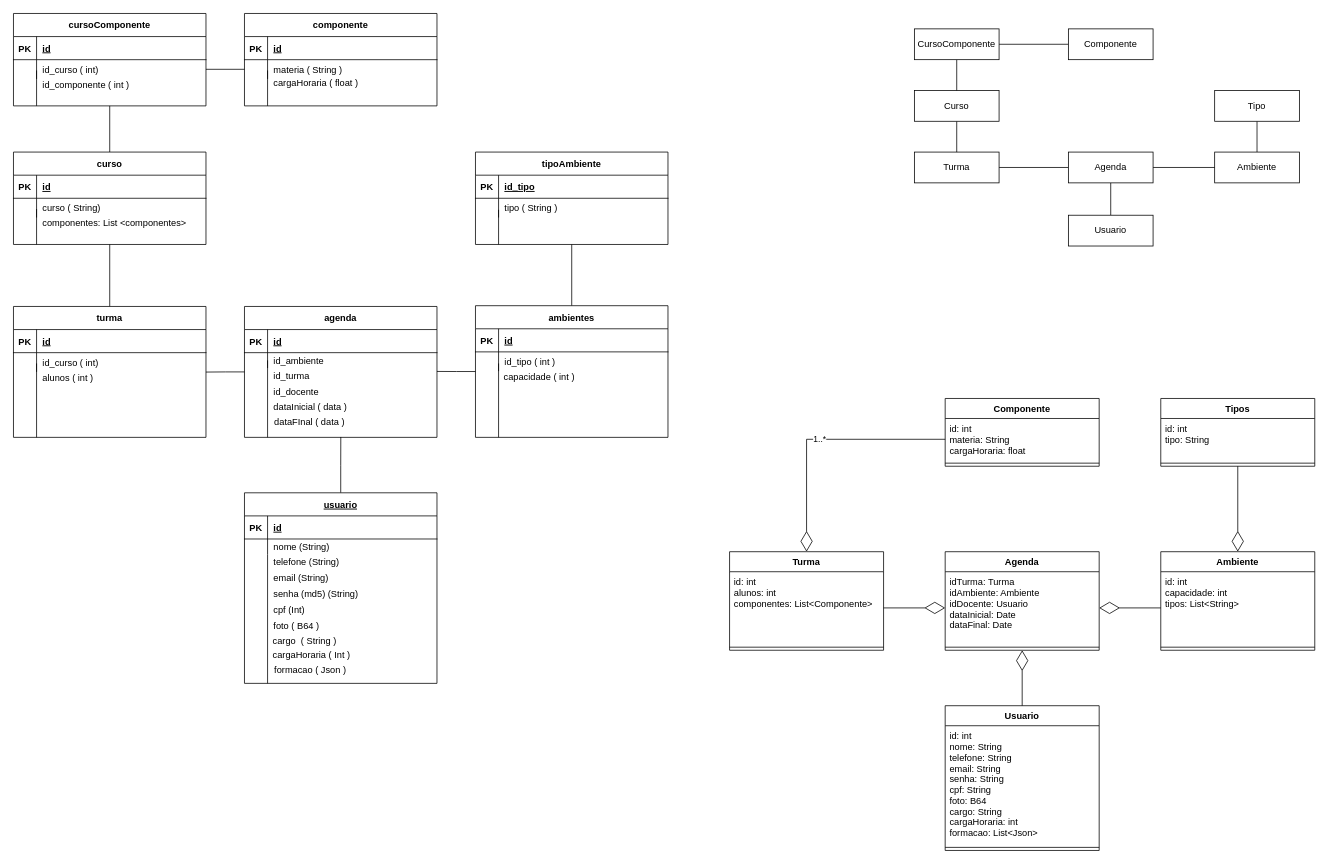
Before: Requisitos/DER.drawio in daniloafalcirolli/Master, a draw.io diagram. Source tidied: cells renumbered, new cells numbered last; positions are measured from the earlier drawing's top-left corner, leaving out a move shared by most shapes. Both pictures are drawn from the tidied source at 77%, with x=0, y=0 at pixel (13, 13).
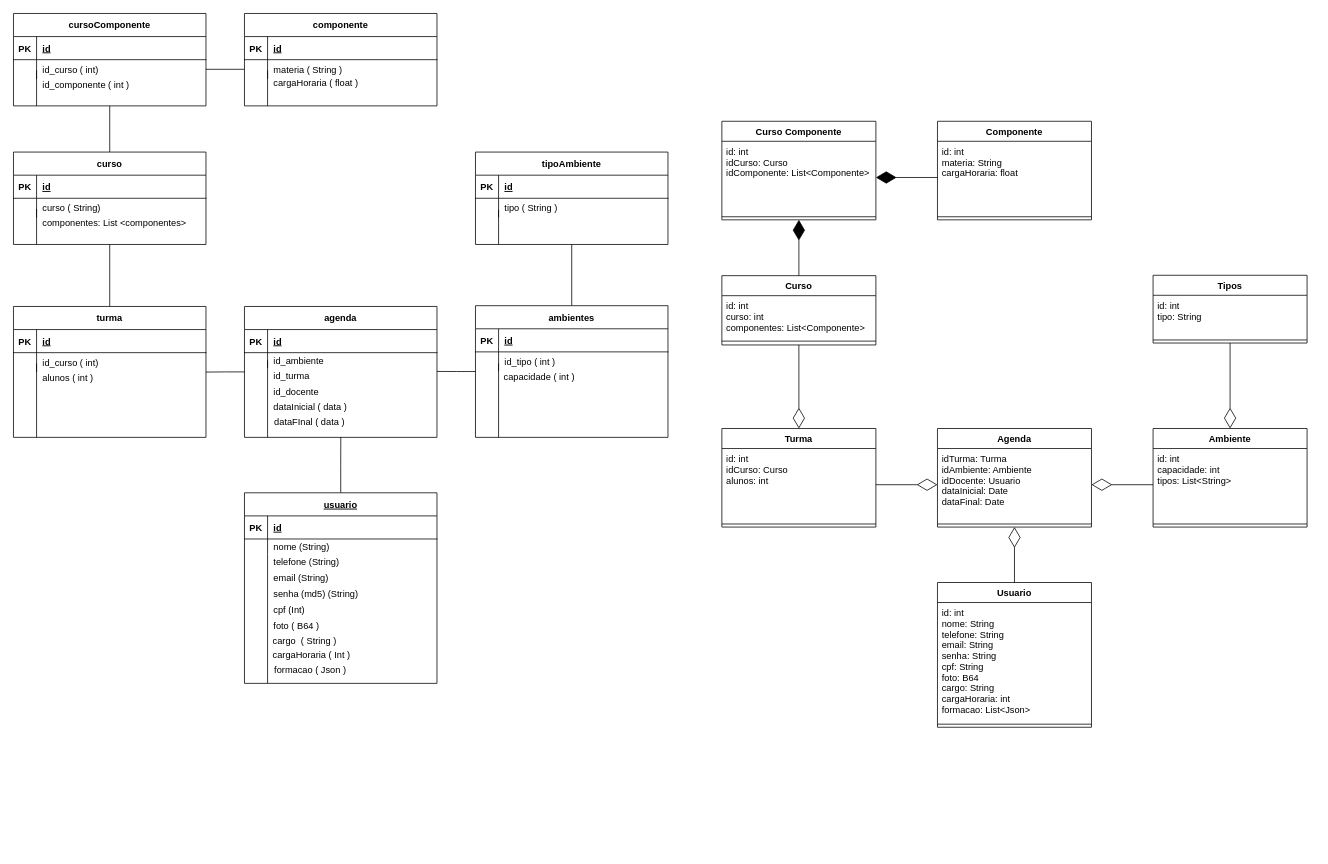
The same page after the edit.

The change refers to these unchanged cells:
```xml
<mxCell id="94" style="shape=partialRectangle;fillColor=none;top=0;left=0;right=0;bottom=1;" parent="93" vertex="1">
  <mxGeometry y="30" width="250" height="30" as="geometry" />
</mxCell>
```

The edit, as a diff of the source:
```diff
@@
-    <mxCell id="2" style="edgeStyle=orthogonalEdgeStyle;rounded=0;jettySize=auto;html=1;exitX=1;exitY=0.5;exitDx=0;exitDy=0;entryX=0;entryY=0.5;entryDx=0;entryDy=0;endArrow=none;endFill=0;" parent="1" edge="1" source="3" target="10">
-      <mxGeometry relative="1" as="geometry" />
-    </mxCell>
-    <mxCell id="3" value="Turma" style="rounded=0;whiteSpace=wrap;html=1;" parent="1" vertex="1">
-      <mxGeometry x="1170" y="180" width="110" height="40" as="geometry" />
-    </mxCell>
-    <mxCell id="4" style="edgeStyle=orthogonalEdgeStyle;rounded=0;jettySize=auto;html=1;exitX=0.5;exitY=0;exitDx=0;exitDy=0;entryX=0.5;entryY=1;entryDx=0;entryDy=0;endArrow=none;endFill=0;" parent="1" edge="1" source="5" target="12">
-      <mxGeometry relative="1" as="geometry" />
-    </mxCell>
-    <mxCell id="5" value="Ambiente" style="rounded=0;whiteSpace=wrap;html=1;" parent="1" vertex="1">
-      <mxGeometry x="1560" y="180" width="110" height="40" as="geometry" />
-    </mxCell>
-    <mxCell id="6" style="edgeStyle=orthogonalEdgeStyle;rounded=0;jettySize=auto;html=1;exitX=0;exitY=0.5;exitDx=0;exitDy=0;entryX=1;entryY=0.5;entryDx=0;entryDy=0;endArrow=none;endFill=0;" parent="1" edge="1" source="7" target="128">
-      <mxGeometry relative="1" as="geometry" />
-    </mxCell>
-    <mxCell id="7" value="Componente" style="rounded=0;whiteSpace=wrap;html=1;" parent="1" vertex="1">
-      <mxGeometry x="1370" y="20" width="110" height="40" as="geometry" />
-    </mxCell>
-    <mxCell id="8" style="edgeStyle=orthogonalEdgeStyle;rounded=0;jettySize=auto;html=1;exitX=0.5;exitY=1;exitDx=0;exitDy=0;entryX=0.5;entryY=0;entryDx=0;entryDy=0;endArrow=none;endFill=0;" parent="1" edge="1" source="10" target="11">
-      <mxGeometry relative="1" as="geometry" />
-    </mxCell>
-    <mxCell id="9" style="edgeStyle=orthogonalEdgeStyle;rounded=0;jettySize=auto;html=1;exitX=1;exitY=0.5;exitDx=0;exitDy=0;entryX=0;entryY=0.5;entryDx=0;entryDy=0;endArrow=none;endFill=0;" parent="1" edge="1" source="10" target="5">
-      <mxGeometry relative="1" as="geometry" />
-    </mxCell>
-    <mxCell id="10" value="Agenda" style="rounded=0;whiteSpace=wrap;html=1;" parent="1" vertex="1">
-      <mxGeometry x="1370" y="180" width="110" height="40" as="geometry" />
-    </mxCell>
-    <mxCell id="11" value="Usuario" style="rounded=0;whiteSpace=wrap;html=1;" parent="1" vertex="1">
-      <mxGeometry x="1370" y="262" width="110" height="40" as="geometry" />
-    </mxCell>
-    <mxCell id="12" value="Tipo" style="rounded=0;whiteSpace=wrap;html=1;" parent="1" vertex="1">
-      <mxGeometry x="1560" y="100" width="110" height="40" as="geometry" />
-    </mxCell>
     <mxCell id="13" value="Ambiente" style="swimlane;fontStyle=1;align=center;verticalAlign=top;horizontal=1;startSize=26;" parent="1" vertex="1">
-      <mxGeometry x="1490" y="699" width="200" height="128" as="geometry" />
+      <mxGeometry x="1480" y="539" width="200" height="128" as="geometry" />
     </mxCell>
@@
     <mxCell id="16" value="Turma" style="swimlane;fontStyle=1;align=center;verticalAlign=top;horizontal=1;startSize=26;" parent="1" vertex="1">
-      <mxGeometry x="930" y="699" width="200" height="128" as="geometry" />
+      <mxGeometry x="920" y="539" width="200" height="128" as="geometry" />
     </mxCell>
-    <mxCell id="17" value="id: int&#10;alunos: int&#10;componentes: List&lt;Componente&gt;" style="text;strokeColor=none;fillColor=none;align=left;verticalAlign=top;spacingLeft=4;spacingRight=4;overflow=hidden;points=[[0,0.5],[1,0.5]];portConstraint=eastwest;" parent="16" vertex="1">
+    <mxCell id="17" value="id: int&#10;idCurso: Curso&#10;alunos: int" style="text;strokeColor=none;fillColor=none;align=left;verticalAlign=top;spacingLeft=4;spacingRight=4;overflow=hidden;points=[[0,0.5],[1,0.5]];portConstraint=eastwest;" parent="16" vertex="1">
       <mxGeometry y="26" width="200" height="94" as="geometry" />
     </mxCell>
@@
     <mxCell id="19" value="Componente" style="swimlane;fontStyle=1;align=center;verticalAlign=top;horizontal=1;startSize=26;" parent="1" vertex="1">
-      <mxGeometry x="1210" y="500" width="200" height="88" as="geometry" />
+      <mxGeometry x="1200" y="140" width="200" height="128" as="geometry" />
     </mxCell>
     <mxCell id="20" value="id: int&#10;materia: String&#10;cargaHoraria: float" style="text;strokeColor=none;fillColor=none;align=left;verticalAlign=top;spacingLeft=4;spacingRight=4;overflow=hidden;points=[[0,0.5],[1,0.5]];portConstraint=eastwest;" parent="19" vertex="1">
-      <mxGeometry y="26" width="200" height="54" as="geometry" />
+      <mxGeometry y="26" width="200" height="94" as="geometry" />
     </mxCell>
     <mxCell id="21" style="line;strokeWidth=1;fillColor=none;align=left;verticalAlign=middle;spacingTop=-1;spacingLeft=3;spacingRight=3;labelPosition=right;" parent="19" vertex="1">
-      <mxGeometry y="80" width="200" height="8" as="geometry" />
+      <mxGeometry y="120" width="200" height="8" as="geometry" />
     </mxCell>
     <mxCell id="22" value="Agenda" style="swimlane;fontStyle=1;align=center;verticalAlign=top;horizontal=1;startSize=26;" parent="1" vertex="1">
-      <mxGeometry x="1210" y="699" width="200" height="128" as="geometry" />
+      <mxGeometry x="1200" y="539" width="200" height="128" as="geometry" />
     </mxCell>
@@
     <mxCell id="25" value="Usuario" style="swimlane;fontStyle=1;align=center;verticalAlign=top;horizontal=1;startSize=26;" parent="1" vertex="1">
-      <mxGeometry x="1210" y="899" width="200" height="188" as="geometry" />
+      <mxGeometry x="1200" y="739" width="200" height="188" as="geometry" />
     </mxCell>
@@
-    <mxCell id="28" value="1..*" style="endArrow=diamondThin;endFill=0;endSize=24;html=1;rounded=0;entryX=0.5;entryY=0;entryDx=0;entryDy=0;exitX=0;exitY=0.5;exitDx=0;exitDy=0;" parent="1" edge="1" source="20" target="16">
-      <mxGeometry relative="1" as="geometry">
-        <Array as="points">
-          <mxPoint x="1030" y="553" />
-        </Array>
-      </mxGeometry>
-    </mxCell>
@@
     <mxCell id="32" value="Tipos" style="swimlane;fontStyle=1;align=center;verticalAlign=top;horizontal=1;startSize=26;" parent="1" vertex="1">
-      <mxGeometry x="1490" y="500" width="200" height="88" as="geometry" />
+      <mxGeometry x="1480" y="340" width="200" height="88" as="geometry" />
     </mxCell>
@@
-    <mxCell id="96" value="id_tipo" style="shape=partialRectangle;overflow=hidden;fillColor=none;top=0;left=0;bottom=0;right=0;align=left;spacingLeft=6;fontStyle=5;" parent="94" vertex="1">
+    <mxCell id="96" value="id" style="shape=partialRectangle;overflow=hidden;fillColor=none;top=0;left=0;bottom=0;right=0;align=left;spacingLeft=6;fontStyle=5;" parent="94" vertex="1">
       <mxGeometry x="30" width="220" height="30" as="geometry" />
     </mxCell>
@@
-    <mxCell id="125" style="edgeStyle=orthogonalEdgeStyle;rounded=0;jettySize=auto;html=1;exitX=0.5;exitY=1;exitDx=0;exitDy=0;endArrow=none;endFill=0;" parent="1" edge="1" source="126" target="3">
-      <mxGeometry relative="1" as="geometry" />
-    </mxCell>
-    <mxCell id="126" value="Curso" style="rounded=0;whiteSpace=wrap;html=1;" parent="1" vertex="1">
-      <mxGeometry x="1170" y="100" width="110" height="40" as="geometry" />
+    <mxCell id="126" value="Curso" style="swimlane;fontStyle=1;align=center;verticalAlign=top;horizontal=1;startSize=26;" parent="1" vertex="1">
+      <mxGeometry x="920" y="340.5" width="200" height="90" as="geometry" />
     </mxCell>
-    <mxCell id="127" style="edgeStyle=orthogonalEdgeStyle;rounded=0;jettySize=auto;html=1;exitX=0.5;exitY=1;exitDx=0;exitDy=0;endArrow=none;endFill=0;" parent="1" edge="1" source="128" target="126">
-      <mxGeometry relative="1" as="geometry" />
-    </mxCell>
-    <mxCell id="128" value="CursoComponente" style="rounded=0;whiteSpace=wrap;html=1;" parent="1" vertex="1">
-      <mxGeometry x="1170" y="20" width="110" height="40" as="geometry" />
-    </mxCell>
+    <mxCell id="129" value="id: int&#10;curso: int&#10;componentes: List&lt;Componente&gt;" style="text;strokeColor=none;fillColor=none;align=left;verticalAlign=top;spacingLeft=4;spacingRight=4;overflow=hidden;" parent="126" vertex="1">
+      <mxGeometry y="26" width="200" height="54" as="geometry" />
+    </mxCell>
+    <mxCell id="130" style="line;strokeWidth=1;fillColor=none;align=left;verticalAlign=middle;spacingTop=-1;spacingLeft=3;spacingRight=3;labelPosition=right;" parent="126" vertex="1">
+      <mxGeometry y="80" width="200" height="10" as="geometry" />
+    </mxCell>
+    <mxCell id="131" value="Curso Componente" style="swimlane;fontStyle=1;align=center;verticalAlign=top;horizontal=1;startSize=26;" parent="1" vertex="1">
+      <mxGeometry x="920" y="140" width="200" height="128" as="geometry" />
+    </mxCell>
+    <mxCell id="132" value="id: int&#10;idCurso: Curso&#10;idComponente: List&lt;Componente&gt;" style="text;strokeColor=none;fillColor=none;align=left;verticalAlign=top;spacingLeft=4;spacingRight=4;overflow=hidden;points=[[0,0.5],[1,0.5]];portConstraint=eastwest;" parent="131" vertex="1">
+      <mxGeometry y="26" width="200" height="94" as="geometry" />
+    </mxCell>
+    <mxCell id="133" style="line;strokeWidth=1;fillColor=none;align=left;verticalAlign=middle;spacingTop=-1;spacingLeft=3;spacingRight=3;labelPosition=right;" parent="131" vertex="1">
+      <mxGeometry y="120" width="200" height="8" as="geometry" />
+    </mxCell>
+    <mxCell id="134" style="endArrow=diamondThin;endFill=0;endSize=24;html=1;rounded=0;entryX=0.5;entryY=0;entryDx=0;entryDy=0;exitX=0.5;exitY=1;exitDx=0;exitDy=0;" parent="1" edge="1" source="126" target="16">
+      <mxGeometry relative="1" as="geometry" />
+    </mxCell>
+    <mxCell id="135" style="endArrow=diamondThin;endFill=1;endSize=24;html=1;rounded=0;entryX=0.5;entryY=1;entryDx=0;entryDy=0;exitX=0.5;exitY=0;exitDx=0;exitDy=0;" parent="1" edge="1" source="126" target="131">
+      <mxGeometry relative="1" as="geometry" />
+    </mxCell>
+    <mxCell id="136" style="endArrow=diamondThin;endFill=1;endSize=24;html=1;rounded=0;entryX=1;entryY=0.5;entryDx=0;entryDy=0;exitX=0;exitY=0.5;exitDx=0;exitDy=0;" parent="1" edge="1" source="20" target="132">
+      <mxGeometry relative="1" as="geometry" />
+    </mxCell>
```
